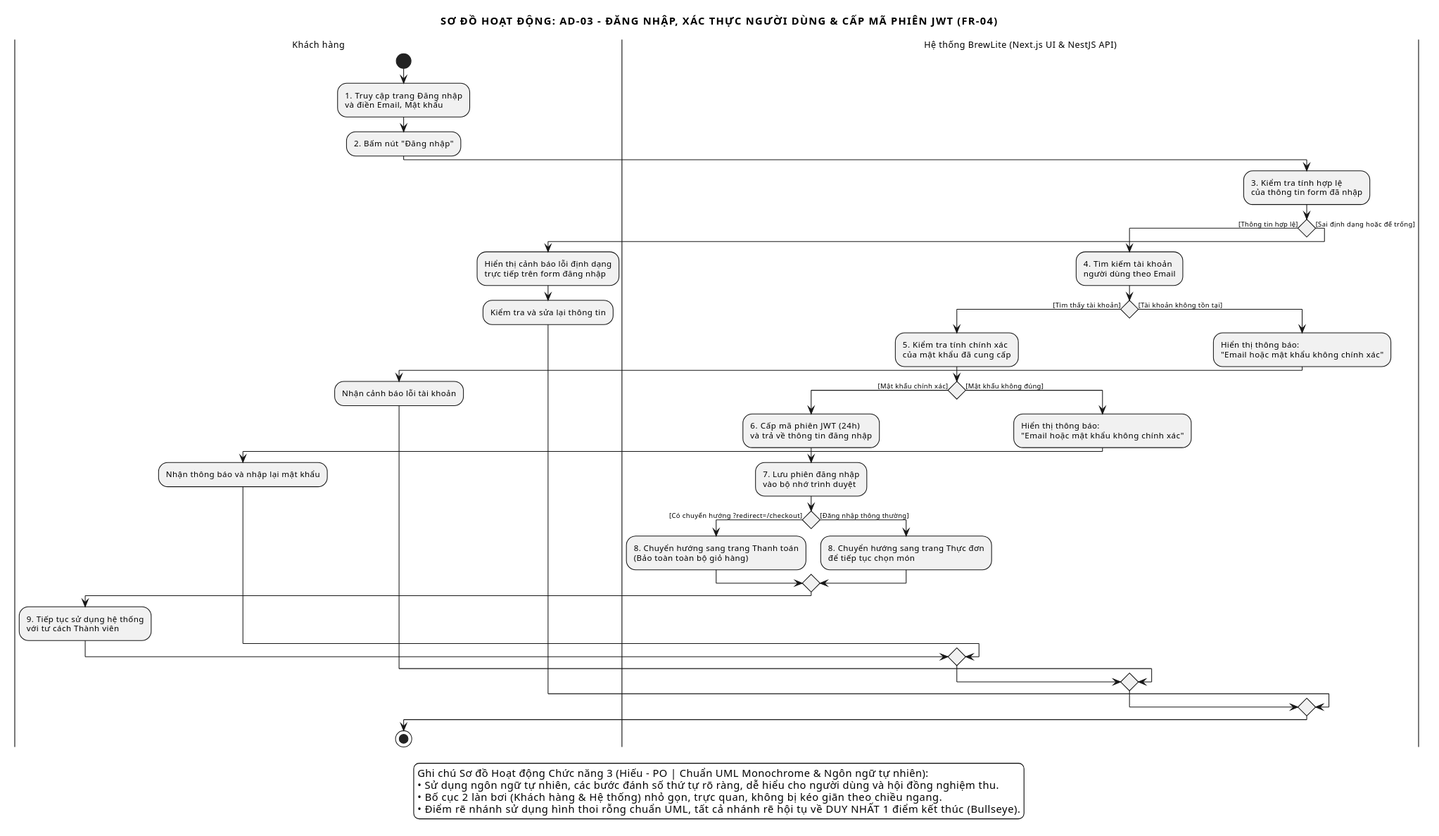
Earlier version of the PlantUML export docs/diagrams/activity-03-auth.svg (SamuiSang/brewlite2). Its source is kept beside it as docs/diagrams/activity-03-auth.puml.
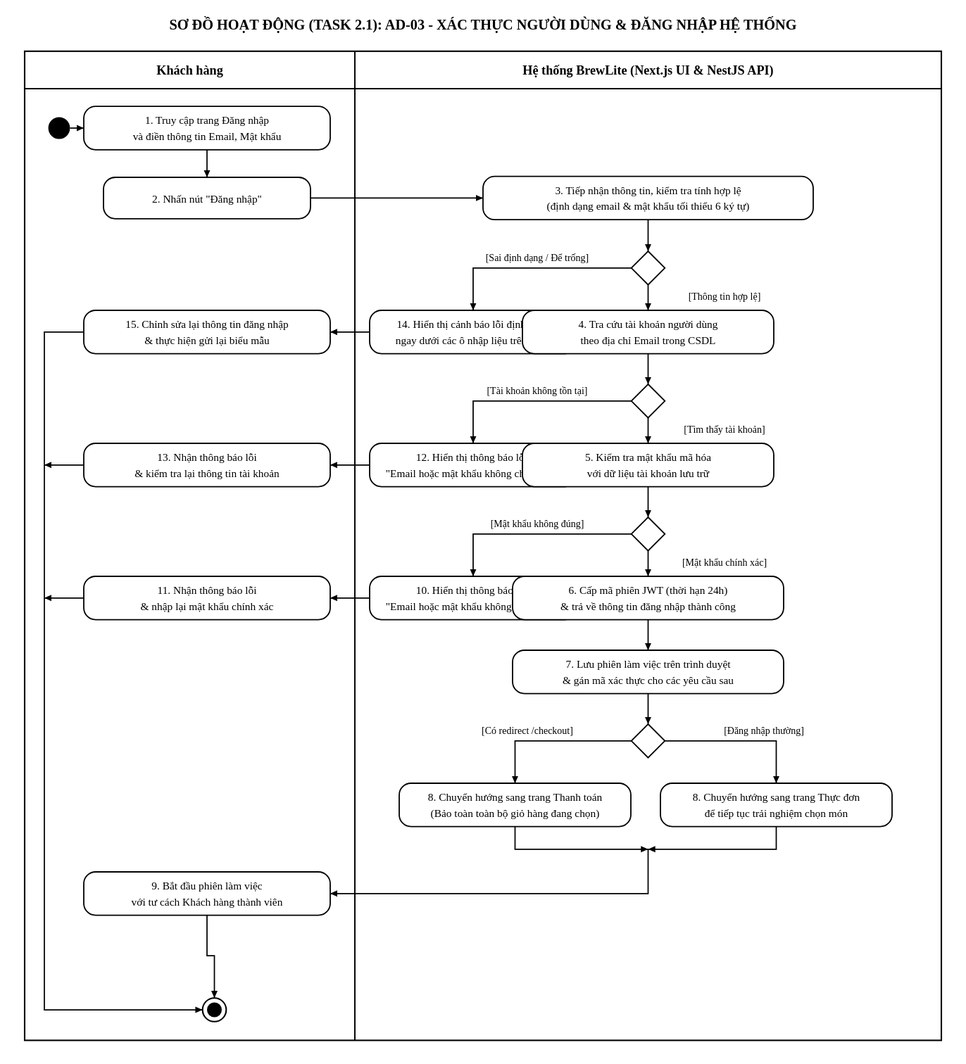
The same file after the commit.

Commit message:
fix(task2.1): standardize activity-03-auth to 980x1080 frame and align with team activity template

Change to the diagram source:
```diff
@@ -1,81 +1,74 @@
 @startuml activity-03-auth
 !pragma useVerticalIf on
-scale 0.75
 skinparam monochrome true
 skinparam shadowing false
 skinparam backgroundColor white
 skinparam defaultFontName "Segoe UI", "Arial", sans-serif
 
-skinparam ActivityBorderThickness 1
-skinparam ArrowThickness 1
-skinparam ActivityDiamondBorderThickness 1
-skinparam SwimlaneBorderThickness 1
-skinparam SwimlaneTitleFontSize 12
+skinparam ActivityBorderThickness 1.3
+skinparam ArrowThickness 1.3
+skinparam ActivityDiamondBorderThickness 1.3
+skinparam SwimlaneBorderThickness 1.4
+skinparam SwimlaneTitleFontSize 13
 skinparam SwimlaneTitleFontWeight bold
 skinparam ActivityFontSize 11
 skinparam ActivityDiamondFontSize 10
-skinparam ArrowFontSize 9
-skinparam ActivityMaxWidth 190
+skinparam ArrowFontSize 10
+skinparam ActivityMaxWidth 250
 
-title SƠ ĐỒ HOẠT ĐỘNG: AD-03 – ĐĂNG NHẬP, XÁC THỰC NGƯỜI DÙNG & CẤP MÃ PHIÊN JWT (FR-04)
+title SƠ ĐỒ HOẠT ĐỘNG (TASK 2.1): AD-03 - XÁC THỰC NGƯỜI DÙNG & ĐĂNG NHẬP HỆ THỐNG
 
 |Khách hàng|
 |Hệ thống BrewLite (Next.js UI & NestJS API)|
 
 |Khách hàng|
 start
-:1. Truy cập trang Đăng nhập\nvà điền Email, Mật khẩu;
-:2. Bấm nút "Đăng nhập";
+:1. Truy cập trang Đăng nhập\nvà điền thông tin Email, Mật khẩu;
+:2. Nhấn nút "Đăng nhập";
 
 |Hệ thống BrewLite (Next.js UI & NestJS API)|
-:3. Kiểm tra tính hợp lệ\ncủa thông tin form đã nhập;
+:3. Tiếp nhận thông tin, kiểm tra tính hợp lệ\n(định dạng email & mật khẩu tối thiểu 6 ký tự);
 
 if () then ([Thông tin hợp lệ])
-  :4. Tìm kiếm tài khoản\nngười dùng theo Email;
+  :4. Tra cứu tài khoản người dùng\ntheo địa chỉ Email trong CSDL;
 
   if () then ([Tìm thấy tài khoản])
-    :5. Kiểm tra tính chính xác\ncủa mật khẩu đã cung cấp;
+    :5. Kiểm tra mật khẩu mã hóa\nvới dữ liệu tài khoản lưu trữ;
 
     if () then ([Mật khẩu chính xác])
-      :6. Cấp mã phiên JWT (24h)\nvà trả về thông tin đăng nhập;
-      :7. Lưu phiên đăng nhập\nvào bộ nhớ trình duyệt;
+      :6. Cấp mã phiên JWT (thời hạn 24h)\nvà trả về thông tin đăng nhập;
+      :7. Lưu phiên làm việc trên trình duyệt\n& gán mã xác thực cho các yêu cầu sau;
 
-      if () then ([Có chuyển hướng ?redirect=/checkout])
-        :8. Chuyển hướng sang trang Thanh toán\n(Bảo toàn toàn bộ giỏ hàng);
+      if () then ([Có tham số ?redirect=/checkout])
+        :8. Chuyển hướng sang trang Thanh toán\n(Bảo toàn toàn bộ giỏ hàng đang chọn);
       else ([Đăng nhập thông thường])
-        :8. Chuyển hướng sang trang Thực đơn\nđể tiếp tục chọn món;
+        :8. Chuyển hướng sang trang Thực đơn\nđể tiếp tục trải nghiệm chọn món;
       endif
 
       |Khách hàng|
-      :9. Tiếp tục sử dụng hệ thống\nvới tư cách Thành viên;
+      :9. Bắt đầu phiên làm việc\nvới tư cách Khách hàng thành viên;
 
     else ([Mật khẩu không đúng])
       |Hệ thống BrewLite (Next.js UI & NestJS API)|
-      :Hiển thị thông báo:\n"Email hoặc mật khẩu không chính xác";
+      :10. Ghi nhận thất bại & phản hồi lỗi:\n"Email hoặc mật khẩu không chính xác";
       |Khách hàng|
-      :Nhận thông báo và nhập lại mật khẩu;
+      :11. Nhận thông báo lỗi và kiểm tra lại mật khẩu;
     endif
 
   else ([Tài khoản không tồn tại])
     |Hệ thống BrewLite (Next.js UI & NestJS API)|
-    :Hiển thị thông báo:\n"Email hoặc mật khẩu không chính xác";
+    :12. Ghi nhận thất bại & phản hồi lỗi:\n"Email hoặc mật khẩu không chính xác";
     |Khách hàng|
-    :Nhận cảnh báo lỗi tài khoản;
+    :13. Nhận thông báo lỗi và kiểm tra lại tài khoản;
   endif
 
 else ([Sai định dạng hoặc để trống])
-  :Hiển thị cảnh báo lỗi định dạng\ntrực tiếp trên form đăng nhập;
+  :14. Hiển thị cảnh báo lỗi định dạng\nngay dưới các ô nhập liệu;
   |Khách hàng|
-  :Kiểm tra và sửa lại thông tin;
+  :15. Chỉnh sửa lại thông tin đăng nhập;
 endif
 
 |Khách hàng|
 stop
 
-legend bottom
-  Ghi chú Sơ đồ Hoạt động Chức năng 3 (Hiếu - PO | Chuẩn UML Monochrome & Ngôn ngữ tự nhiên):
-  • Sử dụng ngôn ngữ tự nhiên, các bước đánh số thứ tự rõ ràng, dễ hiểu cho người dùng và hội đồng nghiệm thu.
-  • Bố cục 2 làn bơi (Khách hàng & Hệ thống) nhỏ gọn, trực quan, không bị kéo giãn theo chiều ngang.
-  • Điểm rẽ nhánh sử dụng hình thoi rỗng chuẩn UML, tất cả nhánh rẽ hội tụ về DUY NHẤT 1 điểm kết thúc (Bullseye).
-endlegend
 @enduml
```
